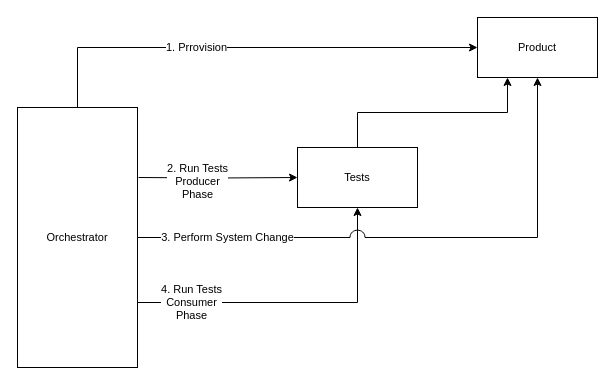
Above: page "Orchestration" (10 of 11) of diagrams/PhasedDiagrams.drawio in adobe/phased-testing (draw.io), before the change. Source tidied: cells renumbered, new cells numbered last; positions are measured from the earlier drawing's top-left corner, leaving out a move shared by most shapes. Both pictures are drawn from the tidied source at 100%, with x=0, y=0 at pixel (17, 17).
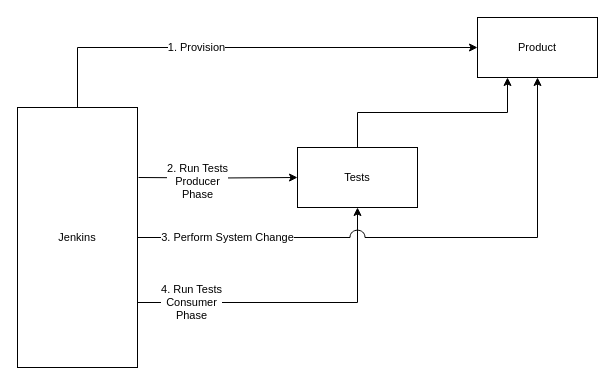
The same page after the edit.

What changed in the source:
```diff
@@
 <mxGraphModel>
   <root>
     <mxCell id="0" />
     <mxCell id="1" parent="0" />
-    <mxCell id="2" value="1. Prrovision" style="edgeStyle=orthogonalEdgeStyle;rounded=0;jettySize=auto;html=1;entryX=0;entryY=0.5;entryDx=0;entryDy=0;fontSize=11;startArrow=none;startFill=0;endArrow=classic;endFill=1;entryPerimeter=0;exitX=0.5;exitY=0;exitDx=0;exitDy=0;" parent="1" edge="1" source="10" target="6">
+    <mxCell id="2" value="1. Provision" style="edgeStyle=orthogonalEdgeStyle;rounded=0;jettySize=auto;html=1;entryX=0;entryY=0.5;entryDx=0;entryDy=0;fontSize=11;startArrow=none;startFill=0;endArrow=classic;endFill=1;entryPerimeter=0;exitX=0.5;exitY=0;exitDx=0;exitDy=0;" parent="1" edge="1" source="10" target="6">
       <mxGeometry x="-0.22" relative="1" as="geometry" />
     </mxCell>
     <mxCell id="3" style="edgeStyle=orthogonalEdgeStyle;rounded=0;jettySize=auto;html=1;entryX=0;entryY=0.5;entryDx=0;entryDy=0;fontSize=11;startArrow=none;startFill=0;endArrow=classic;endFill=1;" parent="1" edge="1" target="8">
       <mxGeometry relative="1" as="geometry">
         <mxPoint x="121" y="160" as="sourcePoint" />
       </mxGeometry>
     </mxCell>
     <mxCell id="4" value="2. Run Tests&lt;br&gt;Producer&lt;br&gt;Phase" style="edgeLabel;html=1;align=center;verticalAlign=middle;fontSize=11;" parent="3" vertex="1">
       <mxGeometry x="-0.38" y="-1" relative="1" as="geometry">
         <mxPoint x="10" y="2" as="offset" />
       </mxGeometry>
     </mxCell>
     <mxCell id="5" value="4. Run Tests&lt;br&gt;Consumer&lt;br&gt;Phase" style="edgeStyle=orthogonalEdgeStyle;rounded=0;jettySize=auto;html=1;entryX=0.5;entryY=1;entryDx=0;entryDy=0;fontSize=11;startArrow=none;startFill=0;endArrow=classic;endFill=1;exitX=1;exitY=0.75;exitDx=0;exitDy=0;" parent="1" edge="1" source="10" target="8">
       <mxGeometry x="-0.66" relative="1" as="geometry" />
     </mxCell>
     <mxCell id="6" value="Product" style="rounded=0;whiteSpace=wrap;html=1;fontSize=11;align=center;" parent="1" vertex="1">
       <mxGeometry x="460" width="120" height="60" as="geometry" />
     </mxCell>
     <mxCell id="7" style="edgeStyle=orthogonalEdgeStyle;rounded=0;jumpStyle=arc;jumpSize=15;jettySize=auto;html=1;exitX=0.5;exitY=0;exitDx=0;exitDy=0;entryX=0.25;entryY=1;entryDx=0;entryDy=0;fontSize=11;startArrow=none;startFill=0;endArrow=classic;endFill=1;" parent="1" edge="1" source="8" target="6">
       <mxGeometry relative="1" as="geometry" />
     </mxCell>
     <mxCell id="8" value="Tests" style="rounded=0;whiteSpace=wrap;html=1;fontSize=11;align=center;" parent="1" vertex="1">
       <mxGeometry x="280" y="130" width="120" height="60" as="geometry" />
     </mxCell>
     <mxCell id="9" value="3. Perform System Change" style="edgeStyle=orthogonalEdgeStyle;rounded=0;jettySize=auto;html=1;exitX=1;exitY=0.5;exitDx=0;exitDy=0;fontSize=11;startArrow=none;startFill=0;endArrow=classic;endFill=1;jumpStyle=arc;jumpSize=15;" parent="1" edge="1" source="10" target="6">
       <mxGeometry x="-0.68" relative="1" as="geometry" />
     </mxCell>
-    <mxCell id="10" value="Orchestrator" style="rounded=0;whiteSpace=wrap;html=1;fontSize=11;align=center;" parent="1" vertex="1">
+    <mxCell id="10" value="Jenkins" style="rounded=0;whiteSpace=wrap;html=1;fontSize=11;align=center;" parent="1" vertex="1">
       <mxGeometry y="90" width="120" height="260" as="geometry" />
     </mxCell>
   </root>
 </mxGraphModel>
```
